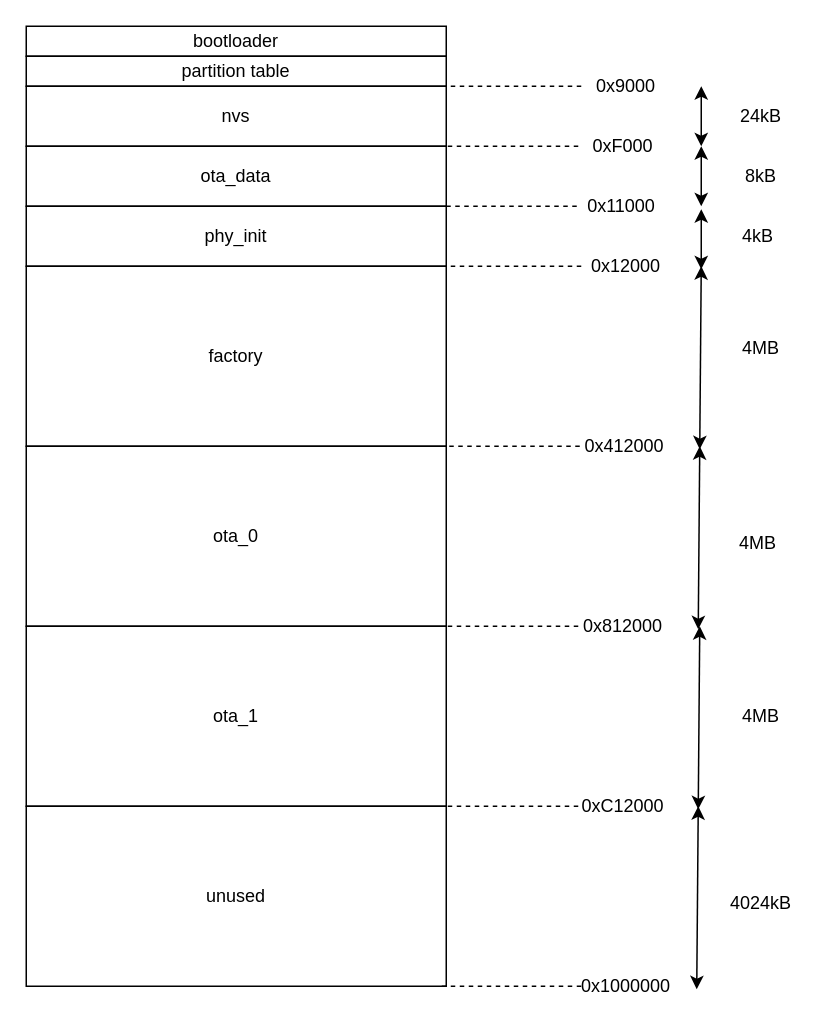
Above: doc/partition-table.drawio in f4bjh/Rf-Test-BJH (draw.io), before the change. Source tidied: cells renumbered, new cells numbered last; positions are measured from the earlier drawing's top-left corner, leaving out a move shared by most shapes. Both pictures are drawn from the tidied source at 150%, with x=0, y=0 at pixel (26, 26).
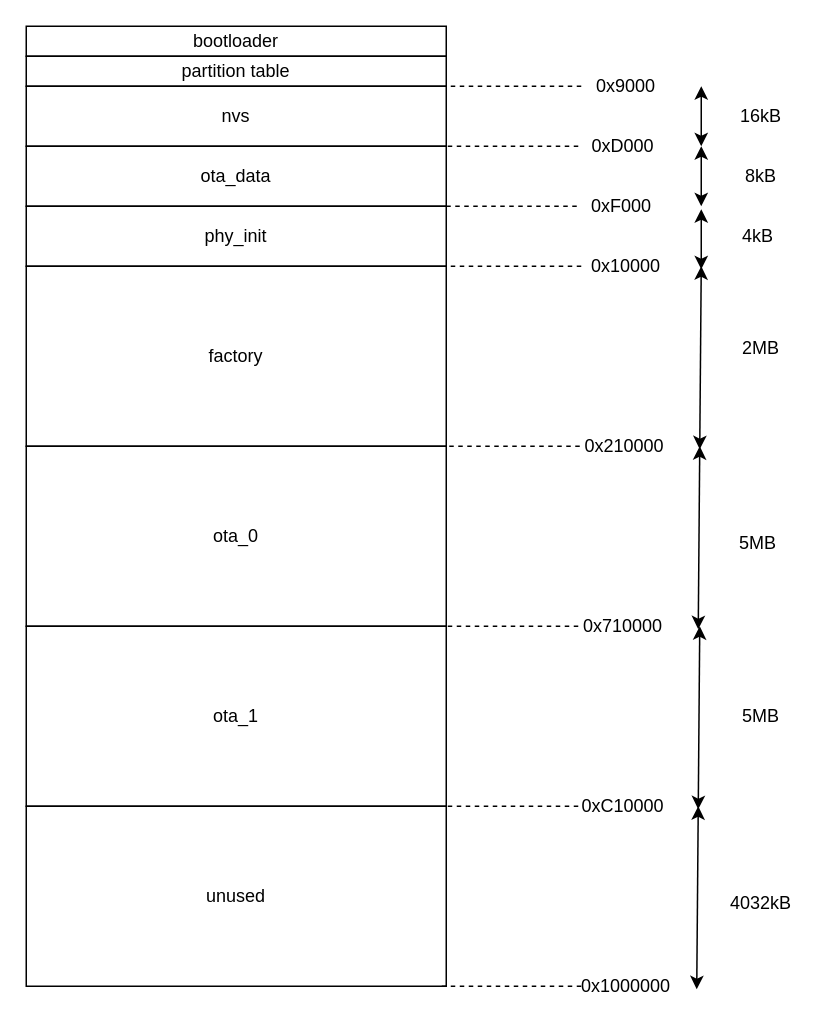
After the change.

Commit message (it also covers changes not shown here):
26 - update parition table doc

The edit, as a diff of the source:
```diff
@@
-    <mxCell id="7" value="0xF000" style="text;html=1;align=center;verticalAlign=middle;whiteSpace=wrap;rounded=0;" parent="1" vertex="1">
+    <mxCell id="7" value="0xD000" style="text;html=1;align=center;verticalAlign=middle;whiteSpace=wrap;rounded=0;" parent="1" vertex="1">
       <mxGeometry x="368" y="65" width="60" height="30" as="geometry" />
     </mxCell>
@@
-    <mxCell id="14" value="0x11000" style="text;html=1;align=center;verticalAlign=middle;whiteSpace=wrap;rounded=0;" parent="1" vertex="1">
+    <mxCell id="14" value="0xF000" style="text;html=1;align=center;verticalAlign=middle;whiteSpace=wrap;rounded=0;" parent="1" vertex="1">
       <mxGeometry x="367" y="105" width="60" height="30" as="geometry" />
     </mxCell>
@@
-    <mxCell id="17" value="24kB" style="text;html=1;align=center;verticalAlign=middle;whiteSpace=wrap;rounded=0;" parent="1" vertex="1">
+    <mxCell id="17" value="16kB" style="text;html=1;align=center;verticalAlign=middle;whiteSpace=wrap;rounded=0;" parent="1" vertex="1">
       <mxGeometry x="460" y="45" width="60" height="30" as="geometry" />
     </mxCell>
@@
-    <mxCell id="20" value="0x12000" style="text;html=1;align=center;verticalAlign=middle;whiteSpace=wrap;rounded=0;" parent="1" vertex="1">
+    <mxCell id="20" value="0x10000" style="text;html=1;align=center;verticalAlign=middle;whiteSpace=wrap;rounded=0;" parent="1" vertex="1">
       <mxGeometry x="370" y="145" width="60" height="30" as="geometry" />
     </mxCell>
@@
-    <mxCell id="24" value="0x412000" style="text;html=1;align=center;verticalAlign=middle;whiteSpace=wrap;rounded=0;" parent="1" vertex="1">
+    <mxCell id="24" value="0x210000" style="text;html=1;align=center;verticalAlign=middle;whiteSpace=wrap;rounded=0;" parent="1" vertex="1">
       <mxGeometry x="369" y="265" width="60" height="30" as="geometry" />
     </mxCell>
@@
-    <mxCell id="27" value="4MB" style="text;html=1;align=center;verticalAlign=middle;whiteSpace=wrap;rounded=0;" parent="1" vertex="1">
+    <mxCell id="27" value="2MB" style="text;html=1;align=center;verticalAlign=middle;whiteSpace=wrap;rounded=0;" parent="1" vertex="1">
       <mxGeometry x="460" y="200" width="60" height="30" as="geometry" />
     </mxCell>
@@
-    <mxCell id="29" value="0x812000" style="text;html=1;align=center;verticalAlign=middle;whiteSpace=wrap;rounded=0;" parent="1" vertex="1">
+    <mxCell id="29" value="0x710000" style="text;html=1;align=center;verticalAlign=middle;whiteSpace=wrap;rounded=0;" parent="1" vertex="1">
       <mxGeometry x="368" y="385" width="60" height="30" as="geometry" />
     </mxCell>
@@
-    <mxCell id="32" value="0xC12000" style="text;html=1;align=center;verticalAlign=middle;whiteSpace=wrap;rounded=0;" parent="1" vertex="1">
+    <mxCell id="32" value="0xC10000" style="text;html=1;align=center;verticalAlign=middle;whiteSpace=wrap;rounded=0;" parent="1" vertex="1">
       <mxGeometry x="368" y="505" width="60" height="30" as="geometry" />
     </mxCell>
@@
-    <mxCell id="38" value="4MB" style="text;html=1;align=center;verticalAlign=middle;whiteSpace=wrap;rounded=0;" parent="1" vertex="1">
+    <mxCell id="38" value="5MB" style="text;html=1;align=center;verticalAlign=middle;whiteSpace=wrap;rounded=0;" parent="1" vertex="1">
       <mxGeometry x="458" y="330" width="60" height="30" as="geometry" />
     </mxCell>
-    <mxCell id="39" value="4MB" style="text;html=1;align=center;verticalAlign=middle;whiteSpace=wrap;rounded=0;" parent="1" vertex="1">
+    <mxCell id="39" value="5MB" style="text;html=1;align=center;verticalAlign=middle;whiteSpace=wrap;rounded=0;" parent="1" vertex="1">
       <mxGeometry x="460" y="445" width="60" height="30" as="geometry" />
     </mxCell>
-    <mxCell id="40" value="4024kB" style="text;html=1;align=center;verticalAlign=middle;whiteSpace=wrap;rounded=0;" parent="1" vertex="1">
+    <mxCell id="40" value="4032kB" style="text;html=1;align=center;verticalAlign=middle;whiteSpace=wrap;rounded=0;" parent="1" vertex="1">
       <mxGeometry x="460" y="570" width="60" height="30" as="geometry" />
     </mxCell>
```
